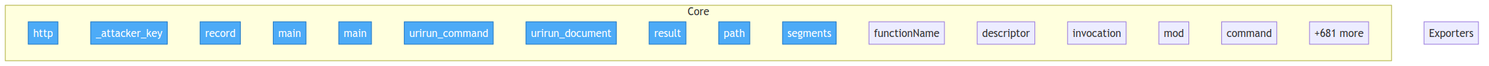
Earlier version of the Mermaid export project/flow.png (if-uri/urirun). Its source is kept beside it as project/flow.mmd.
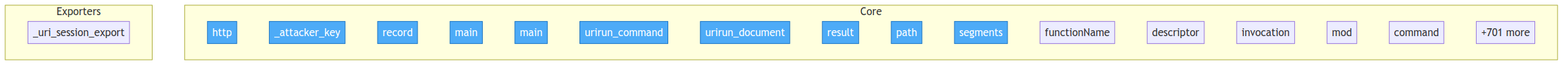
Later version of the same file.

Change to the diagram source:
```diff
@@ -18,10 +18,11 @@
         adapters__js__invocation["invocation"]
         adapters__js__mod["mod"]
         adapters__java__Urirun__Urirun__command["command"]
-        ...["+681 more"]
+        ...["+701 more"]
     end
 
     subgraph Exporters
+        adapters__python__urirun__node__skill___uri_session_export["_uri_session_export"]
     end
 
     class security__mesh_probe__probe__http,security__mesh_probe__probe___attacker_key,security__mesh_probe__probe__record,adapters__conformance__main,adapters__new_connector__main,adapters__bash__urirun__urirun_command,adapters__bash__urirun__urirun_document,adapters__js__index__test__result,adapters__js__path,adapters__js__segments entry
```
